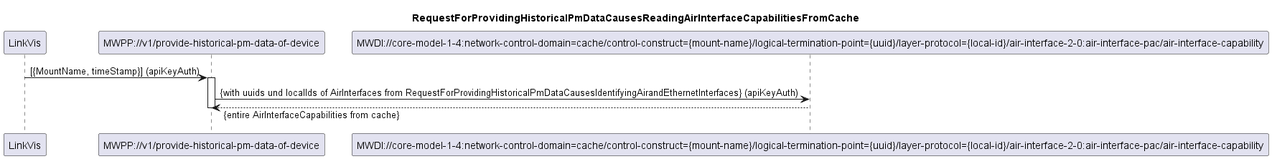
The PlantUML diagram spec/diagrams/004_ReadingAirInterfaceCapabilitiesFromCache.png in openBackhaul/MicroWavePerformanceProxy, before a commit. Its diagram source:
```plantuml
@startuml 004_ReadingAirInterfaceCapabilitiesFromCache
skinparam responseMessageBelowArrow true

title
RequestForProvidingHistoricalPmDataCausesReadingAirInterfaceCapabilitiesFromCache
end title

participant "LinkVis" as LinkVis
participant "MWPP://v1/provide-historical-pm-data-of-device" as MWPP
participant "MWDI://core-model-1-4:network-control-domain=cache/control-construct={mount-name}/logical-termination-point={uuid}/layer-protocol={local-id}/air-interface-2-0:air-interface-pac/air-interface-capability" as AirInterfaceCapa

LinkVis -> MWPP: [{MountName, timeStamp}] (apiKeyAuth)
activate MWPP

MWPP -> AirInterfaceCapa: {with uuids und localIds of AirInterfaces from RequestForProvidingHistoricalPmDataCausesIdentifyingAirandEthernetInterfaces} (apiKeyAuth)
AirInterfaceCapa --> MWPP: {entire AirInterfaceCapabilities from cache}

deactivate MWPP

@enduml
```
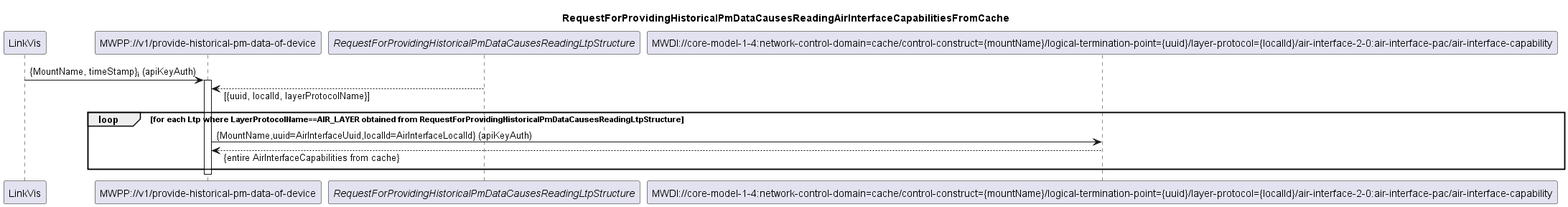
The same diagram one commit later.

Diff of the diagram source:
```diff
@@ -7,14 +7,17 @@
 
 participant "LinkVis" as LinkVis
 participant "MWPP://v1/provide-historical-pm-data-of-device" as MWPP
-participant "MWDI://core-model-1-4:network-control-domain=cache/control-construct={mount-name}/logical-termination-point={uuid}/layer-protocol={local-id}/air-interface-2-0:air-interface-pac/air-interface-capability" as AirInterfaceCapa
+participant "<i>RequestForProvidingHistoricalPmDataCausesReadingLtpStructure</i>" as LTPs
+participant "MWDI://core-model-1-4:network-control-domain=cache/control-construct={mountName}/logical-termination-point={uuid}/layer-protocol={localId}/air-interface-2-0:air-interface-pac/air-interface-capability" as AirInterfaceCapa
 
-LinkVis -> MWPP: [{MountName, timeStamp}] (apiKeyAuth)
+LinkVis -> MWPP: {MountName, timeStamp}<sub>i</sub> (apiKeyAuth)
 activate MWPP
+LTPs --> MWPP: [{uuid, localId, layerProtocolName}]
 
-MWPP -> AirInterfaceCapa: {with uuids und localIds of AirInterfaces from RequestForProvidingHistoricalPmDataCausesIdentifyingAirandEthernetInterfaces} (apiKeyAuth)
-AirInterfaceCapa --> MWPP: {entire AirInterfaceCapabilities from cache}
-
+loop for each Ltp where LayerProtocolName==AIR_LAYER obtained from RequestForProvidingHistoricalPmDataCausesReadingLtpStructure
+    MWPP -> AirInterfaceCapa: {MountName,uuid=AirInterfaceUuid,localId=AirInterfaceLocalId} (apiKeyAuth)
+    AirInterfaceCapa --> MWPP: {entire AirInterfaceCapabilities from cache}
+end
 deactivate MWPP
 
 @enduml
```
